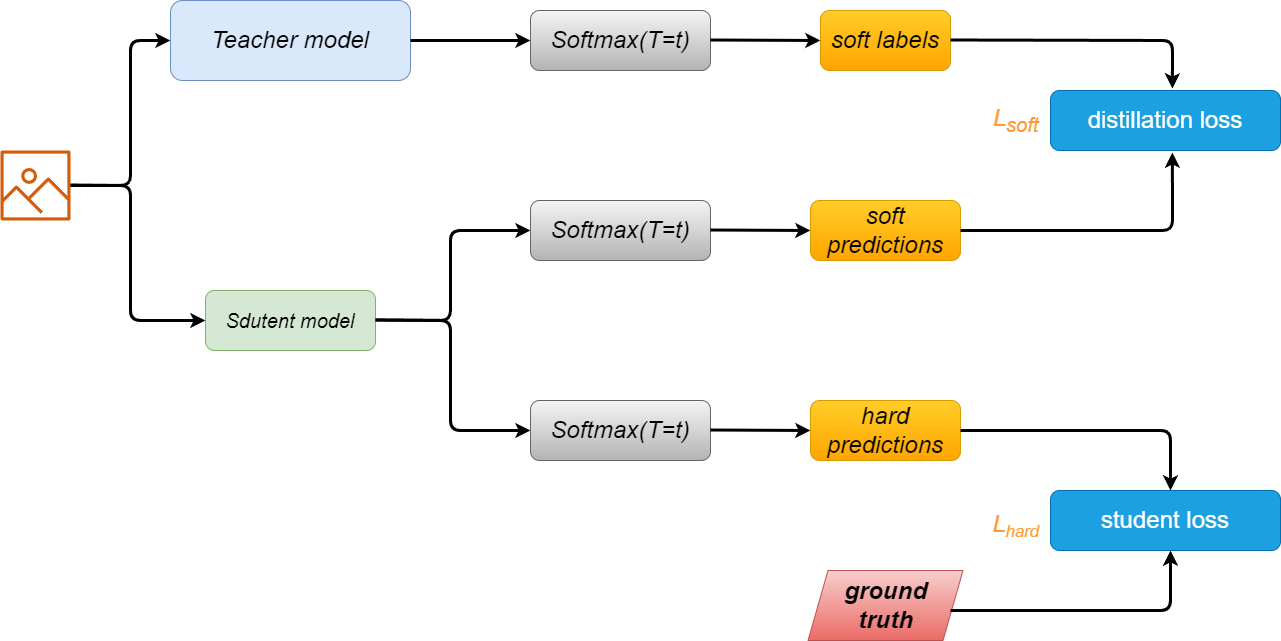
This is img/Distilling-the-Knowledge-in-a-Neural-Network.drawio.png from Corner430/Knowledge-Distillation, a draw.io export, as it was before one commit. Source tidied: cells renumbered, new cells last; positions are measured from the earlier drawing's top-left corner, leaving out a move shared by most shapes.
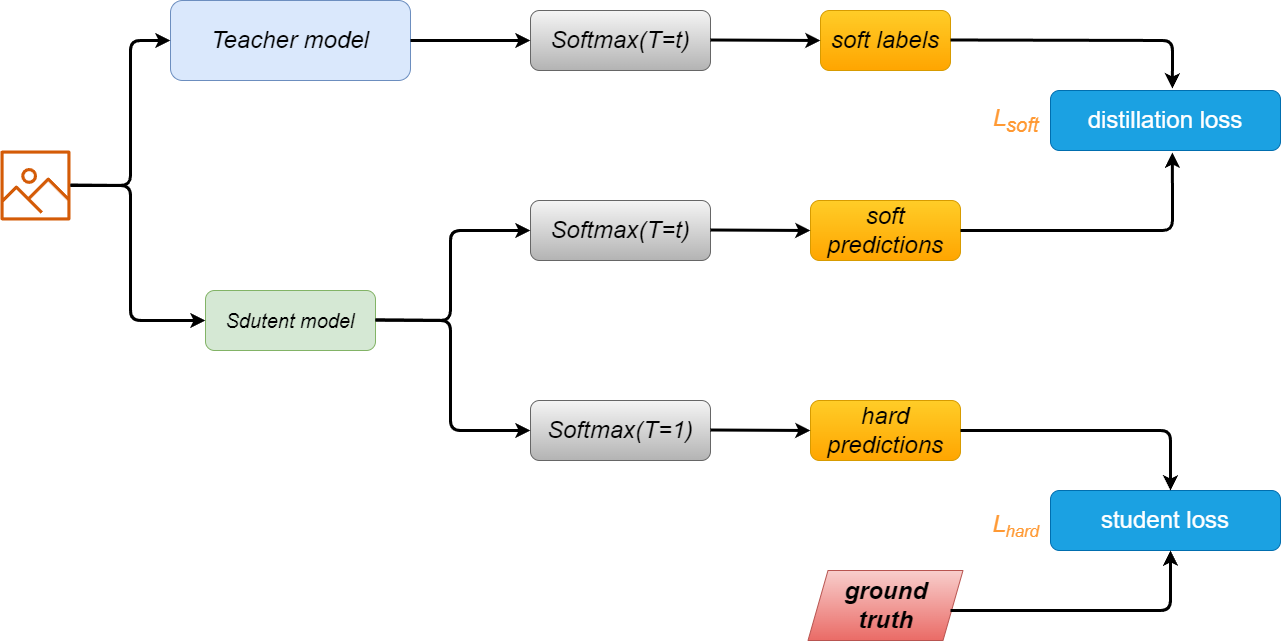
Later version of the same file.

Commit message:
alter_distilling_knowledge_temperature_picture

What changed in the source:
```diff
@@ -35,7 +35,7 @@
     <mxCell id="8" value="&lt;i&gt;Softmax(T=t)&lt;/i&gt;" style="rounded=1;whiteSpace=wrap;html=1;fontSize=24;fillColor=#f5f5f5;gradientColor=#b3b3b3;strokeColor=#666666;" parent="1" vertex="1">
       <mxGeometry x="530" y="200" width="180" height="60" as="geometry" />
     </mxCell>
-    <mxCell id="9" value="&lt;i&gt;Softmax(T=t)&lt;/i&gt;" style="rounded=1;whiteSpace=wrap;html=1;fontSize=24;fillColor=#f5f5f5;gradientColor=#b3b3b3;strokeColor=#666666;" parent="1" vertex="1">
+    <mxCell id="9" value="&lt;i&gt;Softmax(T=1)&lt;/i&gt;" style="rounded=1;whiteSpace=wrap;html=1;fontSize=24;fillColor=#f5f5f5;gradientColor=#b3b3b3;strokeColor=#666666;" parent="1" vertex="1">
       <mxGeometry x="530" y="400" width="180" height="60" as="geometry" />
     </mxCell>
     <mxCell id="10" style="endArrow=classic;html=1;strokeWidth=3;fontSize=24;fontColor=#000000;entryX=0;entryY=0.5;entryDx=0;entryDy=0;" parent="1" edge="1" target="7">
```
